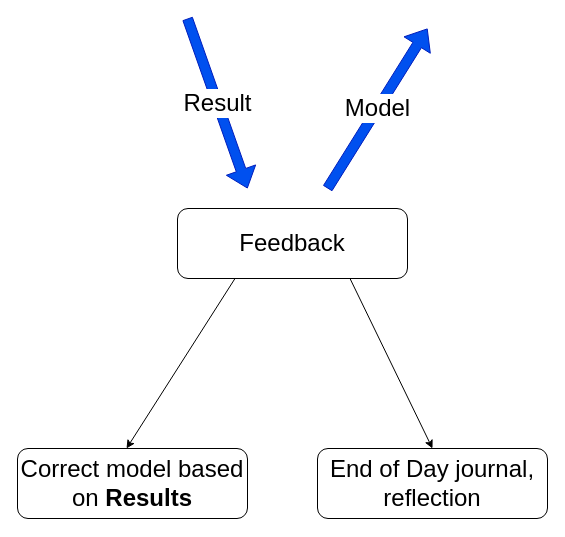
This is page "Edit Model" (6 of 8) of calibration_idea.drawio from non-tech-stuff/life-flow, a draw.io file, before an edit. Source tidied: cells renumbered, new cells numbered last; positions are measured from the earlier drawing's top-left corner, leaving out a move shared by most shapes. Both pictures are drawn from the tidied source at 100%, with x=0, y=0 at pixel (17, 18).
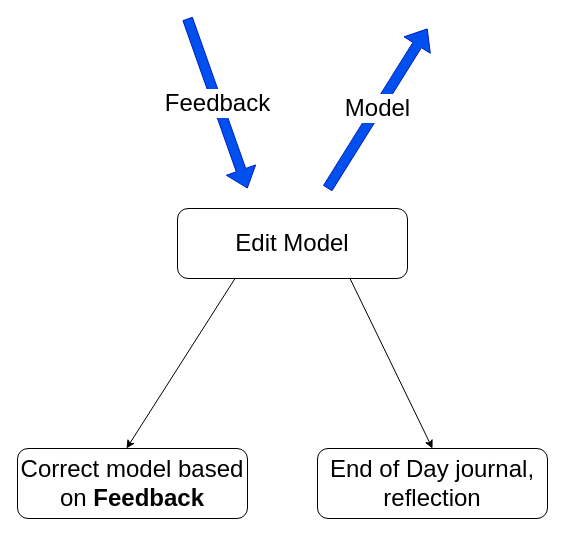
After the change.

The edit, as a diff of the source:
```diff
@@
 <mxGraphModel>
   <root>
     <mxCell id="0" />
     <mxCell id="1" parent="0" />
     <mxCell id="2" value="End of Day journal, reflection" style="rounded=1;whiteSpace=wrap;html=1;fontSize=24;" parent="1" vertex="1">
       <mxGeometry x="300" y="430" width="230" height="70" as="geometry" />
     </mxCell>
-    <mxCell id="3" value="Correct model based on &lt;b&gt;Results&lt;/b&gt;" style="rounded=1;whiteSpace=wrap;html=1;fontSize=24;" parent="1" vertex="1">
+    <mxCell id="3" value="Correct model based on &lt;b&gt;Feedback&lt;/b&gt;" style="rounded=1;whiteSpace=wrap;html=1;fontSize=24;" parent="1" vertex="1">
       <mxGeometry y="430" width="230" height="70" as="geometry" />
     </mxCell>
     <mxCell id="4" style="edgeStyle=none;rounded=0;jettySize=auto;html=1;exitX=0.25;exitY=1;exitDx=0;exitDy=0;entryX=0.474;entryY=0;entryDx=0;entryDy=0;entryPerimeter=0;startArrow=none;startFill=0;fontSize=18;" parent="1" edge="1" source="6" target="3">
       <mxGeometry relative="1" as="geometry" />
     </mxCell>
     <mxCell id="5" style="edgeStyle=none;rounded=0;jettySize=auto;html=1;exitX=0.75;exitY=1;exitDx=0;exitDy=0;startArrow=none;startFill=0;fontSize=18;entryX=0.5;entryY=0;entryDx=0;entryDy=0;" parent="1" edge="1" source="6" target="2">
       <mxGeometry relative="1" as="geometry" />
     </mxCell>
-    <mxCell id="6" value="Feedback" style="rounded=1;whiteSpace=wrap;html=1;fontSize=24;" parent="1" vertex="1">
+    <mxCell id="6" value="Edit Model" style="rounded=1;whiteSpace=wrap;html=1;fontSize=24;" parent="1" vertex="1">
       <mxGeometry x="160" y="190" width="230" height="70" as="geometry" />
     </mxCell>
-    <mxCell id="7" value="&lt;font style=&quot;font-size: 24px&quot;&gt;Result&lt;/font&gt;" style="shape=flexArrow;endArrow=classic;html=1;fontSize=18;fillColor=#0050ef;strokeColor=#001DBC;" parent="1" edge="1">
+    <mxCell id="7" value="&lt;font style=&quot;font-size: 24px&quot;&gt;Feedback&lt;/font&gt;" style="shape=flexArrow;endArrow=classic;html=1;fontSize=18;fillColor=#0050ef;strokeColor=#001DBC;" parent="1" edge="1">
       <mxGeometry relative="1" as="geometry">
         <mxPoint x="170" as="sourcePoint" />
         <mxPoint x="230" y="170" as="targetPoint" />
       </mxGeometry>
     </mxCell>
     <mxCell id="8" value="&lt;font style=&quot;font-size: 24px&quot;&gt;Model&lt;br&gt;&lt;/font&gt;" style="shape=flexArrow;endArrow=classic;html=1;fontSize=18;fillColor=#0050ef;strokeColor=#001DBC;" parent="1" edge="1">
       <mxGeometry relative="1" as="geometry">
         <mxPoint x="310" y="170" as="sourcePoint" />
         <mxPoint x="410" y="10" as="targetPoint" />
       </mxGeometry>
     </mxCell>
   </root>
 </mxGraphModel>
```
